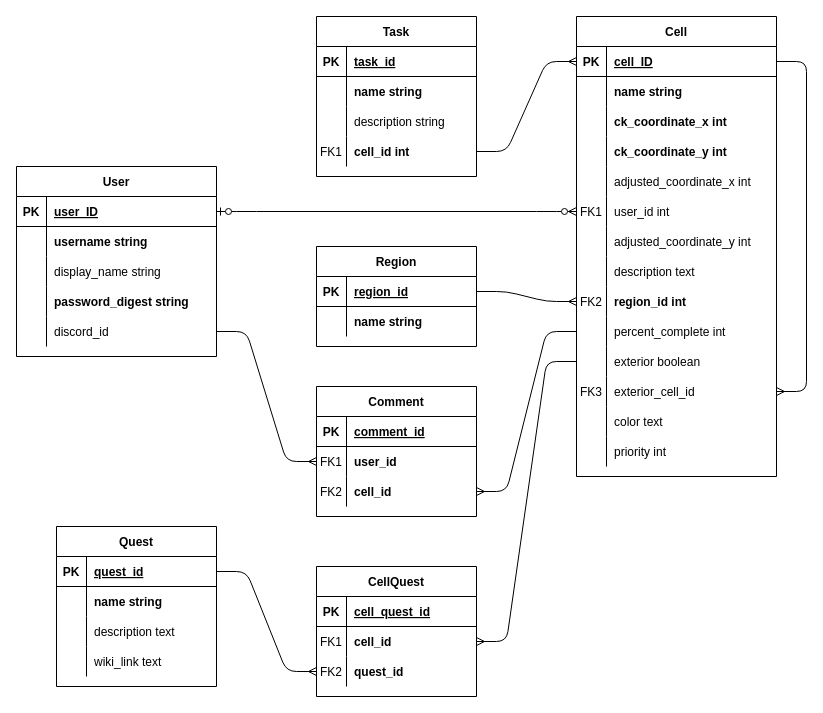
kingsley113/Phase3-Rails-Project-CascadiaCellMate keeps this draw.io diagram as CascadiaCellMate.drawio. Above is the earlier version. Source tidied: cells renumbered, new cells numbered last; positions are measured from the earlier drawing's top-left corner, leaving out a move shared by most shapes. Both pictures are drawn from the tidied source at 100%, with x=0, y=0 at pixel (16, 16).
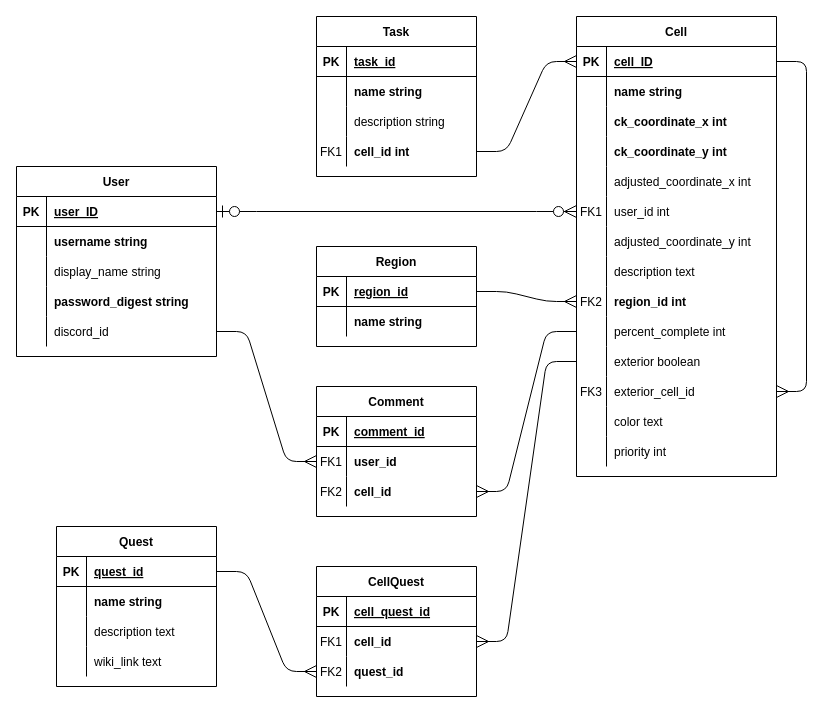
Above is the later version.

Commit message:
Update Diagram Styling

The change refers to these unchanged cells:
```xml
<mxCell id="2" value="Cell" style="shape=table;startSize=30;childLayout=tableLayout;rowLines=0;fontStyle=1;align=center;" parent="1" vertex="1">
  <mxGeometry x="560" width="200" height="460" as="geometry" />
</mxCell>
<mxCell id="3" style="shape=partialRectangle;fillColor=none;points=[[0,0.5],[1,0.5]];portConstraint=eastwest;top=0;left=0;right=0;bottom=1;" parent="2" vertex="1">
  <mxGeometry y="30" width="200" height="30" as="geometry" />
</mxCell>
<mxCell id="18" style="shape=partialRectangle;fillColor=none;points=[[0,0.5],[1,0.5]];portConstraint=eastwest;top=0;left=0;right=0;bottom=0;" parent="2" vertex="1">
  <mxGeometry y="180" width="200" height="30" as="geometry" />
</mxCell>
<mxCell id="27" style="shape=partialRectangle;fillColor=none;points=[[0,0.5],[1,0.5]];portConstraint=eastwest;top=0;left=0;right=0;bottom=0;" parent="2" vertex="1">
  <mxGeometry y="270" width="200" height="30" as="geometry" />
</mxCell>
<mxCell id="30" style="shape=partialRectangle;fillColor=none;points=[[0,0.5],[1,0.5]];portConstraint=eastwest;top=0;left=0;right=0;bottom=0;" parent="2" vertex="1">
  <mxGeometry y="300" width="200" height="30" as="geometry" />
</mxCell>
<mxCell id="33" style="shape=partialRectangle;fillColor=none;points=[[0,0.5],[1,0.5]];portConstraint=eastwest;top=0;left=0;right=0;bottom=0;" parent="2" vertex="1">
  <mxGeometry y="330" width="200" height="30" as="geometry" />
</mxCell>
<mxCell id="36" style="shape=partialRectangle;fillColor=none;points=[[0,0.5],[1,0.5]];portConstraint=eastwest;top=0;left=0;right=0;bottom=0;" parent="2" vertex="1">
  <mxGeometry y="360" width="200" height="30" as="geometry" />
</mxCell>
<mxCell id="47" style="shape=partialRectangle;fillColor=none;points=[[0,0.5],[1,0.5]];portConstraint=eastwest;top=0;left=0;right=0;bottom=1;" parent="46" vertex="1">
  <mxGeometry y="30" width="160" height="30" as="geometry" />
</mxCell>
<mxCell id="60" style="shape=partialRectangle;fillColor=none;points=[[0,0.5],[1,0.5]];portConstraint=eastwest;top=0;left=0;right=0;bottom=1;" parent="59" vertex="1">
  <mxGeometry y="30" width="200" height="30" as="geometry" />
</mxCell>
<mxCell id="72" style="shape=partialRectangle;fillColor=none;points=[[0,0.5],[1,0.5]];portConstraint=eastwest;top=0;left=0;right=0;bottom=0;" parent="59" vertex="1">
  <mxGeometry y="150" width="200" height="30" as="geometry" />
</mxCell>
<mxCell id="85" style="shape=partialRectangle;fillColor=none;points=[[0,0.5],[1,0.5]];portConstraint=eastwest;top=0;left=0;right=0;bottom=0;" parent="75" vertex="1">
  <mxGeometry y="120" width="160" height="30" as="geometry" />
</mxCell>
<mxCell id="92" style="shape=partialRectangle;fillColor=none;points=[[0,0.5],[1,0.5]];portConstraint=eastwest;top=0;left=0;right=0;bottom=0;" parent="88" vertex="1">
  <mxGeometry y="60" width="160" height="30" as="geometry" />
</mxCell>
<mxCell id="95" style="shape=partialRectangle;fillColor=none;points=[[0,0.5],[1,0.5]];portConstraint=eastwest;top=0;left=0;right=0;bottom=0;" parent="88" vertex="1">
  <mxGeometry y="90" width="160" height="30" as="geometry" />
</mxCell>
<mxCell id="99" style="shape=partialRectangle;fillColor=none;points=[[0,0.5],[1,0.5]];portConstraint=eastwest;top=0;left=0;right=0;bottom=1;" parent="98" vertex="1">
  <mxGeometry y="30" width="160" height="30" as="geometry" />
</mxCell>
<mxCell id="110" style="shape=partialRectangle;fillColor=none;points=[[0,0.5],[1,0.5]];portConstraint=eastwest;top=0;left=0;right=0;bottom=0;" parent="106" vertex="1">
  <mxGeometry y="60" width="160" height="30" as="geometry" />
</mxCell>
<mxCell id="113" style="shape=partialRectangle;fillColor=none;points=[[0,0.5],[1,0.5]];portConstraint=eastwest;top=0;left=0;right=0;bottom=0;" parent="106" vertex="1">
  <mxGeometry y="90" width="160" height="30" as="geometry" />
</mxCell>
```

Diff of the diagram source:
```diff
@@
-    <mxCell id="45" style="edgeStyle=entityRelationEdgeStyle;fontSize=12;html=1;endArrow=ERmany;" parent="2" edge="1" source="3" target="36">
+    <mxCell id="45" style="edgeStyle=entityRelationEdgeStyle;fontSize=12;html=1;endArrow=ERmany;endSize=10;startSize=10;jumpSize=10;" parent="2" edge="1" source="3" target="36">
       <mxGeometry relative="1" as="geometry" />
     </mxCell>
@@
-    <mxCell id="105" style="edgeStyle=entityRelationEdgeStyle;fontSize=12;html=1;endArrow=ERzeroToMany;startArrow=ERzeroToOne;endFill=1;startFill=1;" parent="1" edge="1" source="60" target="18">
+    <mxCell id="105" style="edgeStyle=entityRelationEdgeStyle;fontSize=12;html=1;endArrow=ERzeroToMany;startArrow=ERzeroToOne;endFill=1;startFill=1;endSize=10;startSize=10;jumpSize=10;" parent="1" edge="1" source="60" target="18">
       <mxGeometry relative="1" as="geometry" />
     </mxCell>
@@
-    <mxCell id="116" style="edgeStyle=entityRelationEdgeStyle;fontSize=12;html=1;endArrow=ERmany;exitX=1;exitY=0.5;exitDx=0;exitDy=0;" parent="1" edge="1" source="47" target="113">
+    <mxCell id="116" style="edgeStyle=entityRelationEdgeStyle;fontSize=12;html=1;endArrow=ERmany;exitX=1;exitY=0.5;exitDx=0;exitDy=0;jumpSize=10;endSize=10;startSize=10;" parent="1" edge="1" source="47" target="113">
       <mxGeometry relative="1" as="geometry" />
     </mxCell>
-    <mxCell id="117" style="edgeStyle=entityRelationEdgeStyle;fontSize=12;html=1;endArrow=ERmany;exitX=0;exitY=0.5;exitDx=0;exitDy=0;" parent="1" edge="1" source="33" target="110">
+    <mxCell id="117" style="edgeStyle=entityRelationEdgeStyle;fontSize=12;html=1;endArrow=ERmany;exitX=0;exitY=0.5;exitDx=0;exitDy=0;endSize=10;startSize=10;jumpSize=10;" parent="1" edge="1" source="33" target="110">
       <mxGeometry relative="1" as="geometry" />
     </mxCell>
-    <mxCell id="118" style="edgeStyle=entityRelationEdgeStyle;fontSize=12;html=1;endArrow=ERmany;exitX=1;exitY=0.5;exitDx=0;exitDy=0;" parent="1" edge="1" source="72" target="92">
+    <mxCell id="118" style="edgeStyle=entityRelationEdgeStyle;fontSize=12;html=1;endArrow=ERmany;exitX=1;exitY=0.5;exitDx=0;exitDy=0;endSize=10;startSize=10;jumpSize=10;" parent="1" edge="1" source="72" target="92">
       <mxGeometry relative="1" as="geometry" />
     </mxCell>
-    <mxCell id="119" style="edgeStyle=entityRelationEdgeStyle;fontSize=12;html=1;endArrow=ERmany;exitX=0;exitY=0.5;exitDx=0;exitDy=0;" parent="1" edge="1" source="30" target="95">
+    <mxCell id="119" style="edgeStyle=entityRelationEdgeStyle;fontSize=12;html=1;endArrow=ERmany;exitX=0;exitY=0.5;exitDx=0;exitDy=0;endSize=10;startSize=10;jumpSize=10;" parent="1" edge="1" source="30" target="95">
       <mxGeometry relative="1" as="geometry" />
     </mxCell>
-    <mxCell id="120" style="edgeStyle=entityRelationEdgeStyle;fontSize=12;html=1;endArrow=ERmany;" parent="1" edge="1" source="99" target="27">
+    <mxCell id="120" style="edgeStyle=entityRelationEdgeStyle;fontSize=12;html=1;endArrow=ERmany;endSize=10;startSize=10;jumpSize=10;" parent="1" edge="1" source="99" target="27">
       <mxGeometry relative="1" as="geometry" />
     </mxCell>
-    <mxCell id="121" style="edgeStyle=entityRelationEdgeStyle;fontSize=12;html=1;endArrow=ERmany;" parent="1" edge="1" source="85" target="3">
+    <mxCell id="121" style="edgeStyle=entityRelationEdgeStyle;fontSize=12;html=1;endArrow=ERmany;endSize=10;startSize=10;jumpSize=10;" parent="1" edge="1" source="85" target="3">
       <mxGeometry relative="1" as="geometry" />
     </mxCell>
```
